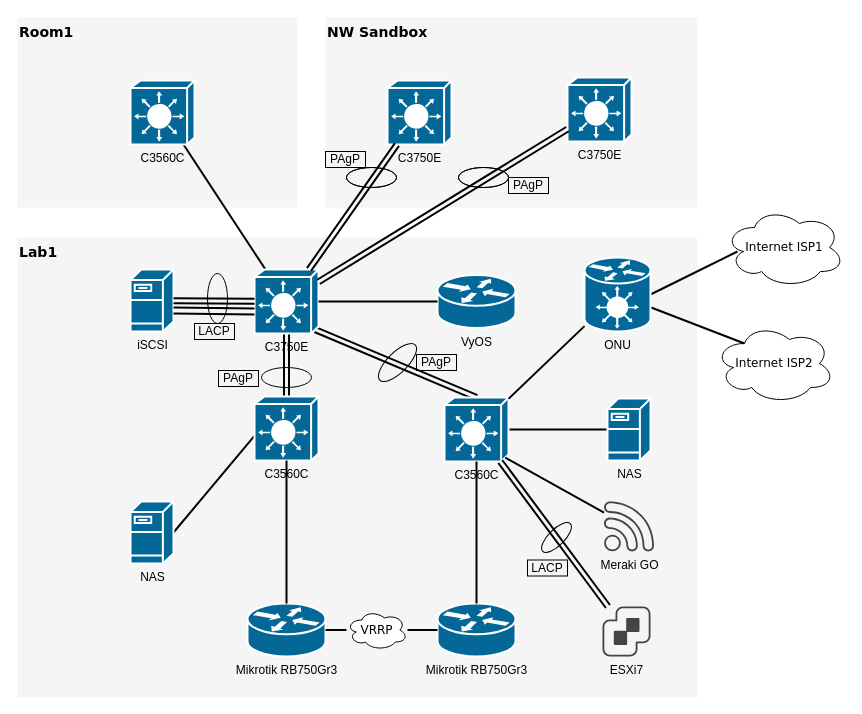
Before: HomeNetwork_plan1.drawio in hirofumihida/drowio-home, a draw.io diagram. Source tidied: cells renumbered, new cells numbered last; positions are measured from the earlier drawing's top-left corner, leaving out a move shared by most shapes. Both pictures are drawn from the tidied source at 100%, with x=0, y=0 at pixel (17, 17).
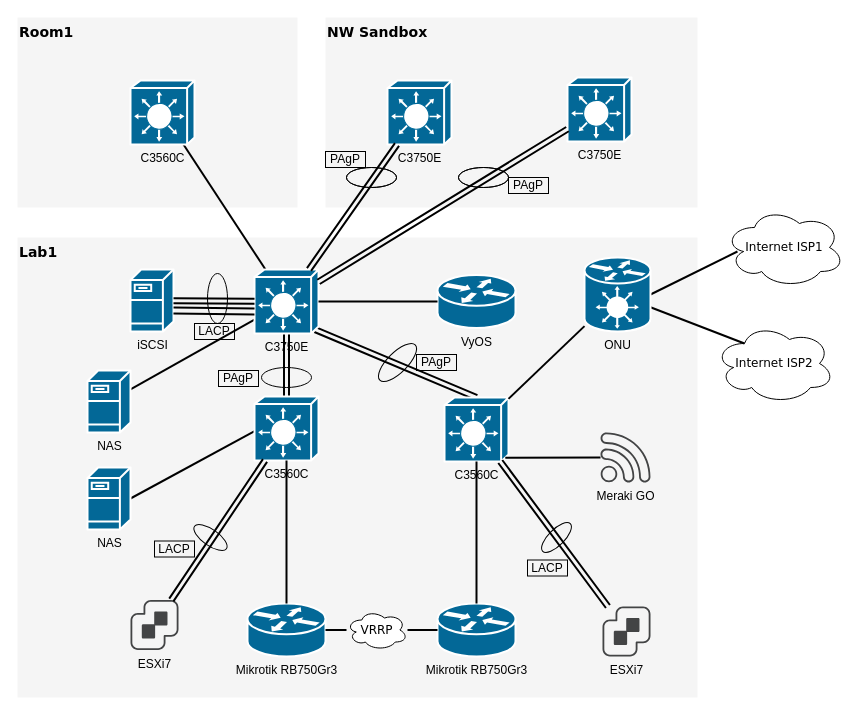
After the change.

Commit message:
HomeNetwork_plan1.drawio を更新します

Unchanged cells that the change refers to:
```xml
<mxCell id="16" value="C3560C" style="shape=mxgraph.cisco.switches.layer_3_switch;sketch=0;html=1;dashed=0;fillColor=#036897;strokeColor=#ffffff;strokeWidth=2;verticalLabelPosition=bottom;verticalAlign=top;align=center;outlineConnect=0;" parent="1" vertex="1">
  <mxGeometry x="427" y="380" width="64" height="64" as="geometry" />
</mxCell>
<mxCell id="17" value="C3750E" style="shape=mxgraph.cisco.switches.layer_3_switch;sketch=0;html=1;dashed=0;fillColor=#036897;strokeColor=#ffffff;strokeWidth=2;verticalLabelPosition=bottom;verticalAlign=top;align=center;outlineConnect=0;" parent="1" vertex="1">
  <mxGeometry x="237" y="252" width="64" height="64" as="geometry" />
</mxCell>
<mxCell id="24" value="C3560C" style="shape=mxgraph.cisco.switches.layer_3_switch;sketch=0;html=1;dashed=0;fillColor=#036897;strokeColor=#ffffff;strokeWidth=2;verticalLabelPosition=bottom;verticalAlign=top;align=center;outlineConnect=0;" parent="1" vertex="1">
  <mxGeometry x="237" y="379" width="64" height="64" as="geometry" />
</mxCell>
```

Diff of the diagram source:
```diff
@@
-    <mxCell id="8" style="edgeStyle=none;html=1;labelBackgroundColor=none;startFill=0;endArrow=none;endFill=0;strokeWidth=2;fontFamily=Verdana;fontSize=12;" parent="1" edge="1" source="16" target="18">
+    <mxCell id="8" style="edgeStyle=none;html=1;labelBackgroundColor=none;startFill=0;endArrow=none;endFill=0;strokeWidth=2;fontFamily=Verdana;fontSize=12;" parent="1" edge="1" source="17" target="18">
       <mxGeometry relative="1" as="geometry" />
     </mxCell>
@@
     <mxCell id="18" value="NAS" style="shape=mxgraph.cisco.servers.fileserver;html=1;dashed=0;fillColor=#036897;strokeColor=#ffffff;strokeWidth=2;verticalLabelPosition=bottom;verticalAlign=top;align=center;outlineConnect=0;" parent="1" vertex="1">
-      <mxGeometry x="590" y="381" width="43" height="62" as="geometry" />
+      <mxGeometry x="70" y="353" width="43" height="62" as="geometry" />
     </mxCell>
     <mxCell id="19" value="NAS" style="shape=mxgraph.cisco.servers.fileserver;html=1;dashed=0;fillColor=#036897;strokeColor=#ffffff;strokeWidth=2;verticalLabelPosition=bottom;verticalAlign=top;align=center;outlineConnect=0;" parent="1" vertex="1">
-      <mxGeometry x="113" y="484" width="43" height="62" as="geometry" />
+      <mxGeometry x="70" y="450" width="43" height="62" as="geometry" />
     </mxCell>
@@
     <mxCell id="35" value="Meraki GO" style="sketch=0;shadow=0;dashed=0;html=1;strokeColor=none;fillColor=#434445;labelPosition=center;verticalLabelPosition=bottom;verticalAlign=top;align=center;outlineConnect=0;shape=mxgraph.vvd.wi_fi;" parent="1" vertex="1">
-      <mxGeometry x="586.5" y="484" width="50" height="50" as="geometry" />
+      <mxGeometry x="583" y="415" width="50" height="50" as="geometry" />
     </mxCell>
@@
+    <mxCell id="57" value="ESXi7" style="sketch=0;shadow=0;dashed=0;html=1;strokeColor=none;fillColor=#434445;labelPosition=center;verticalLabelPosition=bottom;verticalAlign=top;align=center;outlineConnect=0;shape=mxgraph.vvd.vcenter_server;" parent="1" vertex="1">
+      <mxGeometry x="113" y="582.5" width="48" height="50" as="geometry" />
+    </mxCell>
+    <mxCell id="58" style="edgeStyle=none;html=1;labelBackgroundColor=none;startFill=0;endArrow=none;endFill=0;strokeWidth=2;fontFamily=Verdana;fontSize=12;shape=link;" parent="1" edge="1" source="24" target="57">
+      <mxGeometry relative="1" as="geometry" />
+    </mxCell>
+    <mxCell id="59" style="ellipse;whiteSpace=wrap;html=1;fillColor=none;direction=north;rotation=125;" parent="1" vertex="1">
+      <mxGeometry x="185" y="500.5" width="16" height="39" as="geometry" />
+    </mxCell>
+    <mxCell id="60" value="LACP" style="rounded=0;whiteSpace=wrap;html=1;fillColor=none;" parent="1" vertex="1">
+      <mxGeometry x="137" y="523.5" width="40" height="16" as="geometry" />
+    </mxCell>
```
